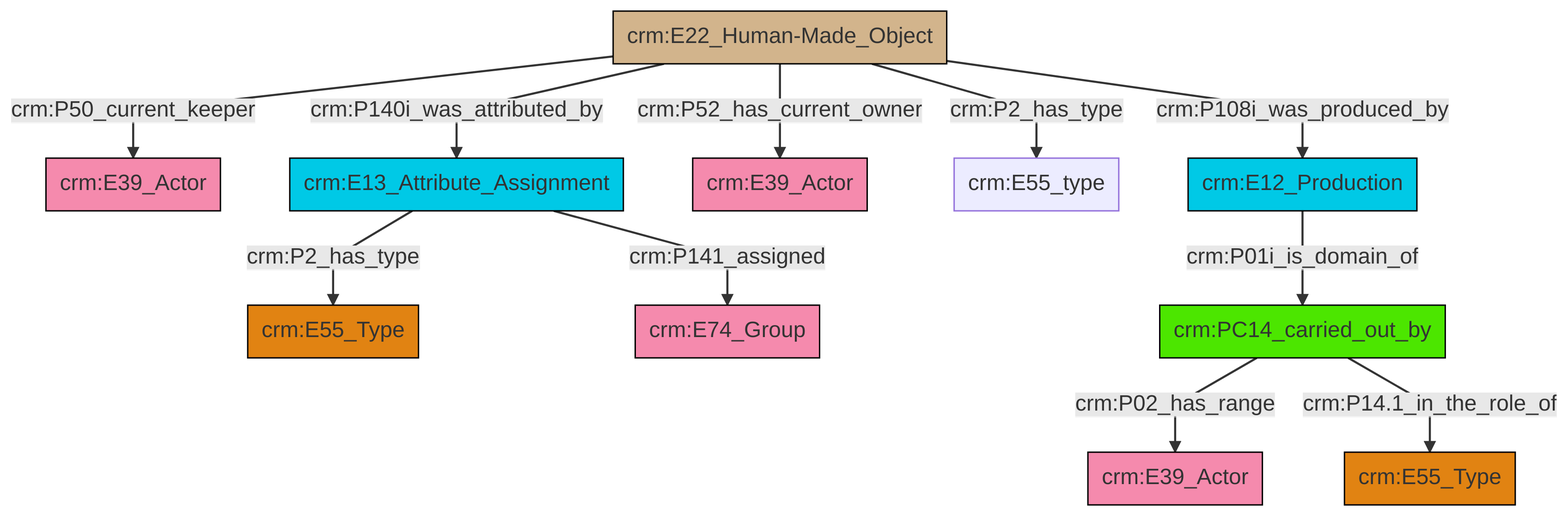
Above: et/artworkCSV/ttl/mmd/png/Artwork_Actor_Relations.png in swiss-art-research-net/reference-data-models (Mermaid), before the change. Its source is kept beside it as et/artworkCSV/ttl/mmd/Artwork_Actor_Relations.ttl.mmd.
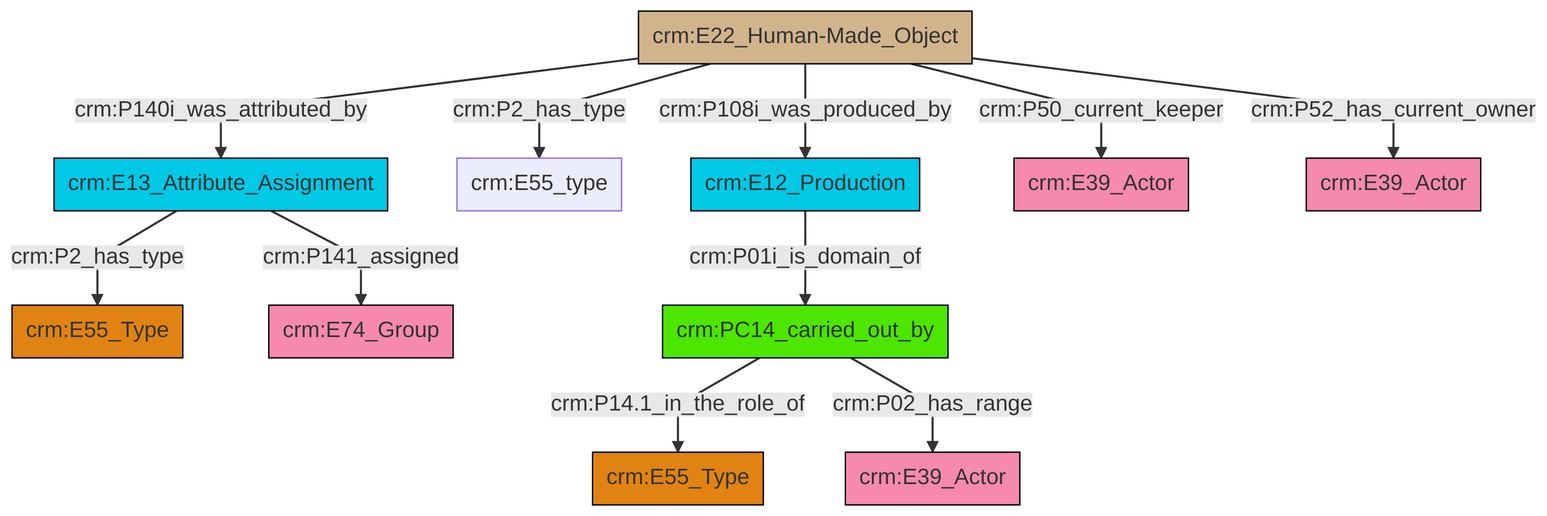
The same diagram one commit later.

Diff of the diagram source:
```diff
@@ -13,13 +13,13 @@
 classDef PC_Classes fill:#4ce600, stroke:#000000;
 classDef Multi fill:#cccccc,stroke:#000000;
 
-0["crm:E22_Human-Made_Object"]:::Physical_Thing -->|crm:P50_current_keeper| 1["crm:E39_Actor"]:::Actor
-0["crm:E22_Human-Made_Object"]:::Physical_Thing -->|crm:P140i_was_attributed_by| 2["crm:E13_Attribute_Assignment"]:::Temporal_Entity
-2["crm:E13_Attribute_Assignment"]:::Temporal_Entity -->|crm:P2_has_type| 3["crm:E55_Type"]:::Type
-0["crm:E22_Human-Made_Object"]:::Physical_Thing -->|crm:P52_has_current_owner| 4["crm:E39_Actor"]:::Actor
-0["crm:E22_Human-Made_Object"]:::Physical_Thing -->|crm:P2_has_type| 7["crm:E55_type"]:::Default
-10["crm:E12_Production"]:::Temporal_Entity -->|crm:P01i_is_domain_of| 5["crm:PC14_carried_out_by"]:::PC_Classes
-0["crm:E22_Human-Made_Object"]:::Physical_Thing -->|crm:P108i_was_produced_by| 10["crm:E12_Production"]:::Temporal_Entity
-2["crm:E13_Attribute_Assignment"]:::Temporal_Entity -->|crm:P141_assigned| 17["crm:E74_Group"]:::Actor
-5["crm:PC14_carried_out_by"]:::PC_Classes -->|crm:P02_has_range| 8["crm:E39_Actor"]:::Actor
-5["crm:PC14_carried_out_by"]:::PC_Classes -->|crm:P14.1_in_the_role_of| 12["crm:E55_Type"]:::Type
+0["crm:E13_Attribute_Assignment"]:::Temporal_Entity -->|crm:P141_assigned| 6["crm:E74_Group"]:::Actor
+7["crm:E22_Human-Made_Object"]:::Physical_Thing -->|crm:P2_has_type| 8["crm:E55_type"]:::Default
+9["crm:E12_Production"]:::Temporal_Entity -->|crm:P01i_is_domain_of| 10["crm:PC14_carried_out_by"]:::PC_Classes
+7["crm:E22_Human-Made_Object"]:::Physical_Thing -->|crm:P108i_was_produced_by| 9["crm:E12_Production"]:::Temporal_Entity
+0["crm:E13_Attribute_Assignment"]:::Temporal_Entity -->|crm:P2_has_type| 2["crm:E55_Type"]:::Type
+7["crm:E22_Human-Made_Object"]:::Physical_Thing -->|crm:P140i_was_attributed_by| 0["crm:E13_Attribute_Assignment"]:::Temporal_Entity
+10["crm:PC14_carried_out_by"]:::PC_Classes -->|crm:P14.1_in_the_role_of| 11["crm:E55_Type"]:::Type
+7["crm:E22_Human-Made_Object"]:::Physical_Thing -->|crm:P50_current_keeper| 15["crm:E39_Actor"]:::Actor
+7["crm:E22_Human-Made_Object"]:::Physical_Thing -->|crm:P52_has_current_owner| 20["crm:E39_Actor"]:::Actor
+10["crm:PC14_carried_out_by"]:::PC_Classes -->|crm:P02_has_range| 4["crm:E39_Actor"]:::Actor
```
